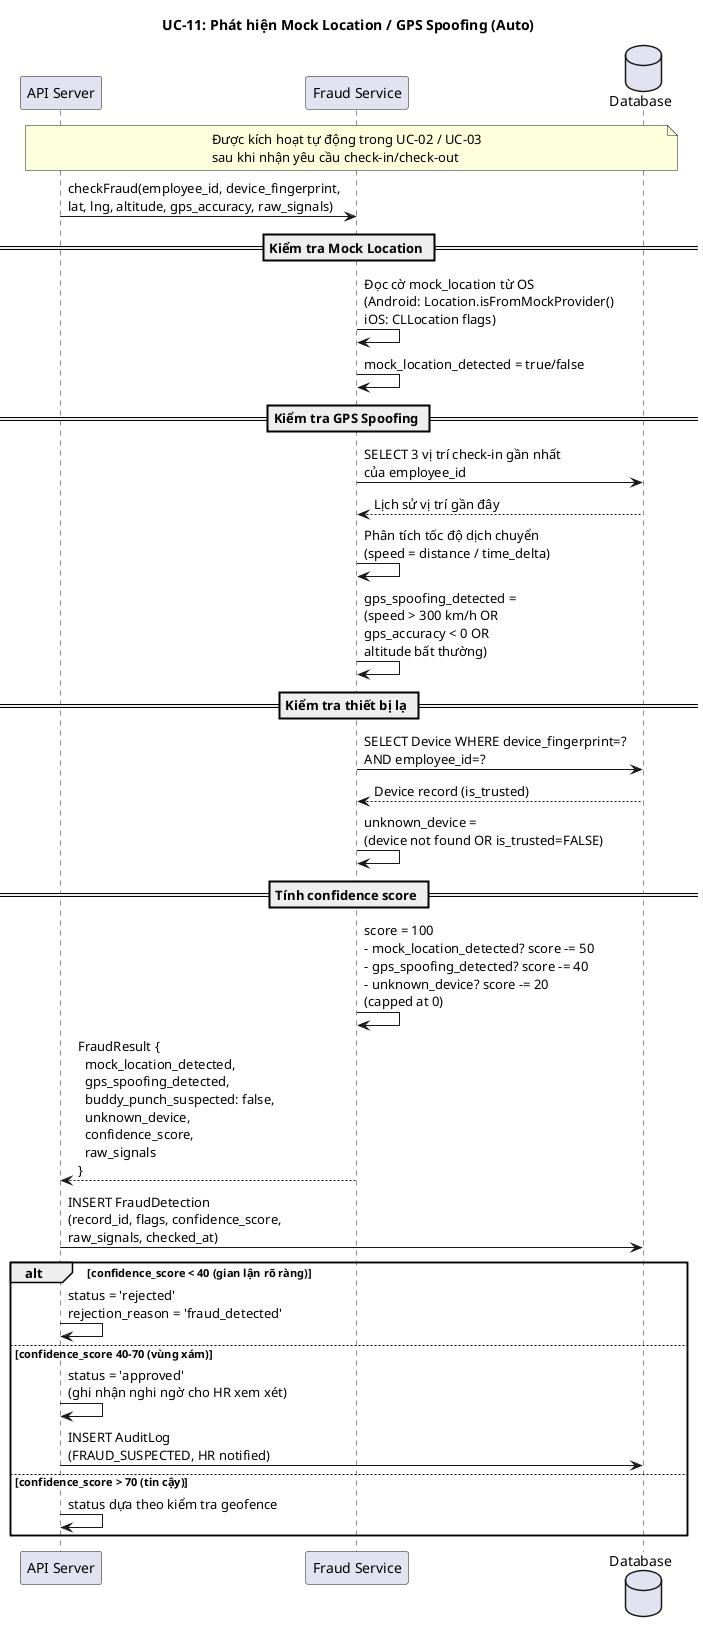
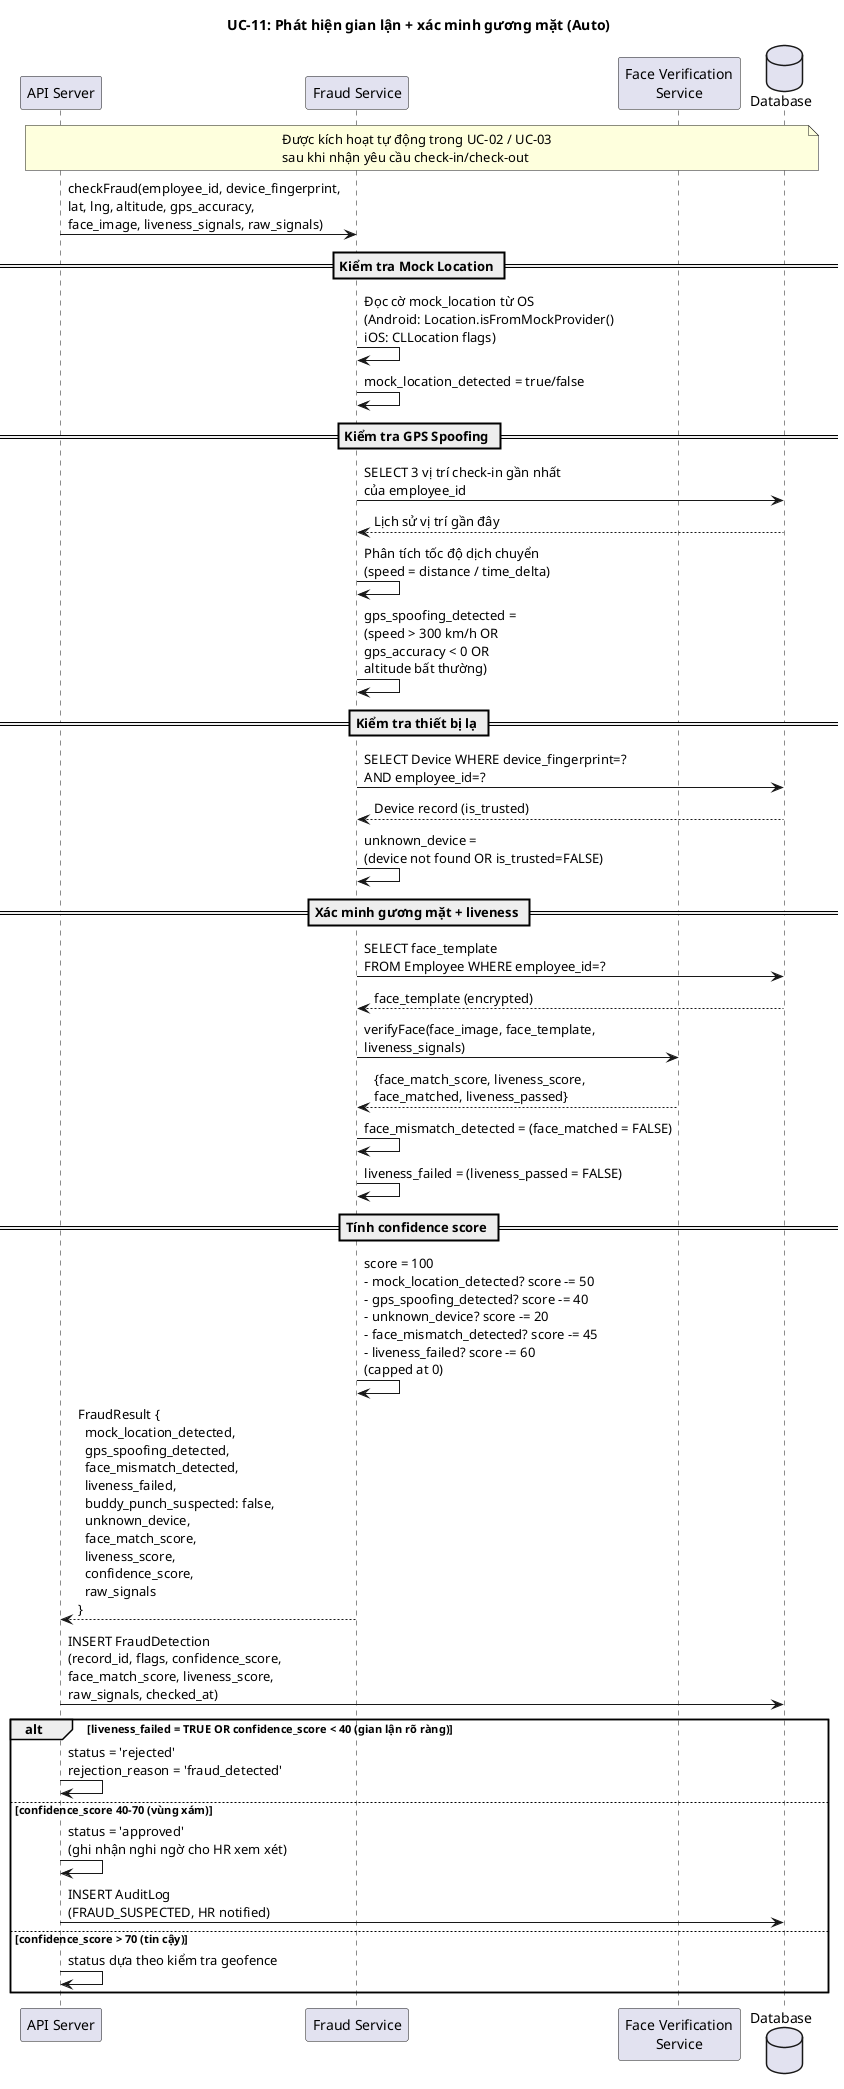
@startuml UC11_FraudDetection
- title UC-11: Phát hiện Mock Location / GPS Spoofing (Auto)
+ title UC-11: Phát hiện gian lận + xác minh gương mặt (Auto)

participant "API Server" as API
participant "Fraud Service" as Fraud
+ participant "Face Verification\nService" as Face
database "Database" as DB

note over API, DB
  Được kích hoạt tự động trong UC-02 / UC-03
  sau khi nhận yêu cầu check-in/check-out
end note

- API -> Fraud : checkFraud(employee_id, device_fingerprint,\nlat, lng, altitude, gps_accuracy, raw_signals)
+ API -> Fraud : checkFraud(employee_id, device_fingerprint,\nlat, lng, altitude, gps_accuracy,\nface_image, liveness_signals, raw_signals)

== Kiểm tra Mock Location ==
Fraud -> Fraud : Đọc cờ mock_location từ OS\n(Android: Location.isFromMockProvider()\niOS: CLLocation flags)
Fraud -> Fraud : mock_location_detected = true/false

== Kiểm tra GPS Spoofing ==
Fraud -> DB : SELECT 3 vị trí check-in gần nhất\ncủa employee_id
DB --> Fraud : Lịch sử vị trí gần đây
Fraud -> Fraud : Phân tích tốc độ dịch chuyển\n(speed = distance / time_delta)
Fraud -> Fraud : gps_spoofing_detected =\n(speed > 300 km/h OR\ngps_accuracy < 0 OR\naltitude bất thường)

== Kiểm tra thiết bị lạ ==
Fraud -> DB : SELECT Device WHERE device_fingerprint=?\nAND employee_id=?
DB --> Fraud : Device record (is_trusted)
Fraud -> Fraud : unknown_device =\n(device not found OR is_trusted=FALSE)

+ == Xác minh gương mặt + liveness ==
+ Fraud -> DB : SELECT face_template\nFROM Employee WHERE employee_id=?
+ DB --> Fraud : face_template (encrypted)
+ Fraud -> Face : verifyFace(face_image, face_template,\nliveness_signals)
+ Face --> Fraud : {face_match_score, liveness_score,\nface_matched, liveness_passed}
+ Fraud -> Fraud : face_mismatch_detected = (face_matched = FALSE)
+ Fraud -> Fraud : liveness_failed = (liveness_passed = FALSE)
+ 
== Tính confidence score ==
- Fraud -> Fraud : score = 100\n- mock_location_detected? score -= 50\n- gps_spoofing_detected? score -= 40\n- unknown_device? score -= 20\n(capped at 0)
+ Fraud -> Fraud : score = 100\n- mock_location_detected? score -= 50\n- gps_spoofing_detected? score -= 40\n- unknown_device? score -= 20\n- face_mismatch_detected? score -= 45\n- liveness_failed? score -= 60\n(capped at 0)

- Fraud --> API : FraudResult {\n  mock_location_detected,\n  gps_spoofing_detected,\n  buddy_punch_suspected: false,\n  unknown_device,\n  confidence_score,\n  raw_signals\n}
+ Fraud --> API : FraudResult {\n  mock_location_detected,\n  gps_spoofing_detected,\n  face_mismatch_detected,\n  liveness_failed,\n  buddy_punch_suspected: false,\n  unknown_device,\n  face_match_score,\n  liveness_score,\n  confidence_score,\n  raw_signals\n}

- API -> DB : INSERT FraudDetection\n(record_id, flags, confidence_score,\nraw_signals, checked_at)
+ API -> DB : INSERT FraudDetection\n(record_id, flags, confidence_score,\nface_match_score, liveness_score,\nraw_signals, checked_at)

- alt confidence_score < 40 (gian lận rõ ràng)
+ alt liveness_failed = TRUE OR confidence_score < 40 (gian lận rõ ràng)
    API -> API : status = 'rejected'\nrejection_reason = 'fraud_detected'
- else confidence_score 40–70 (vùng xám)
+ else confidence_score 40-70 (vùng xám)
    API -> API : status = 'approved'\n(ghi nhận nghi ngờ cho HR xem xét)
    API -> DB : INSERT AuditLog\n(FRAUD_SUSPECTED, HR notified)
else confidence_score > 70 (tin cậy)
    API -> API : status dựa theo kiểm tra geofence
end

@enduml
